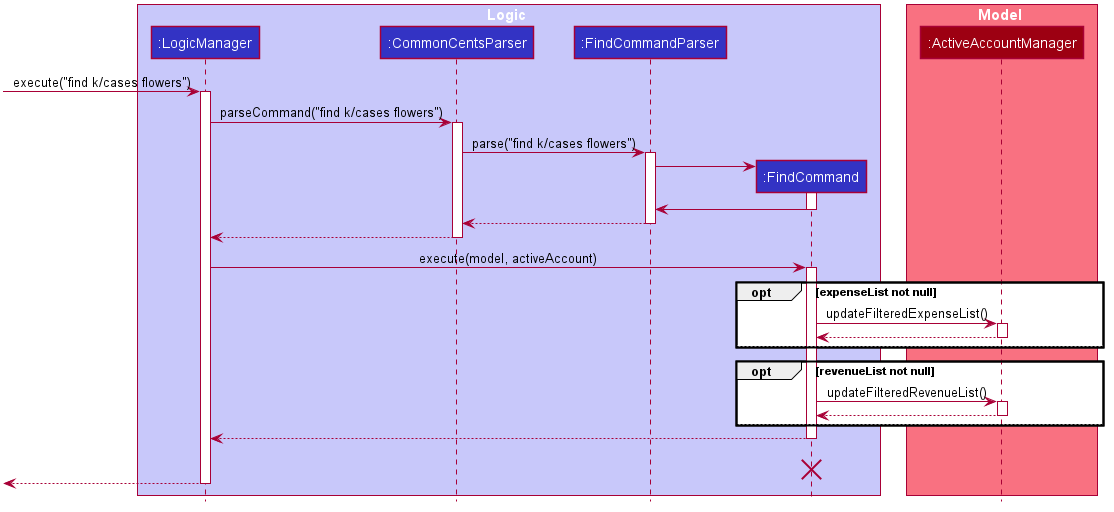
The PlantUML diagram docs/images/FindSequenceDiagram.png in nus-cs2103-AY2021S1/tp, before a commit.
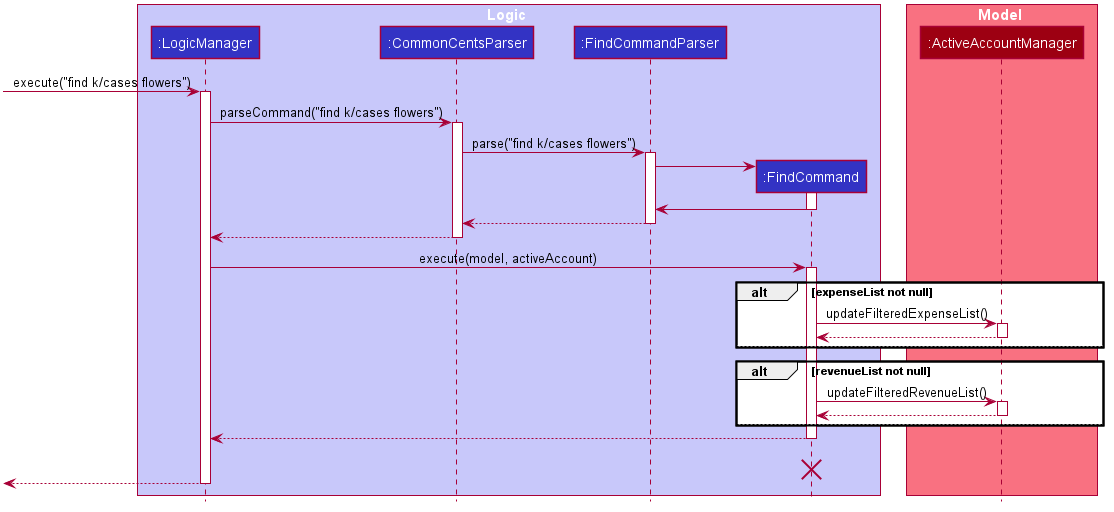
Later version of the same file.

Commit message:
Change opt to alt

Diff of the diagram source:
```diff
@@ -85,7 +85,7 @@
 LogicManager -> FindCommand: execute(model, activeAccount)
 activate FindCommand
 
-opt expenseList not null
+alt expenseList not null
 FindCommand -> ActiveAccount: updateFilteredExpenseList()
 activate ActiveAccount
 
@@ -94,7 +94,7 @@
 else
 end
 
-opt revenueList not null
+alt revenueList not null
 FindCommand -> ActiveAccount: updateFilteredRevenueList()
 activate ActiveAccount
 
```
